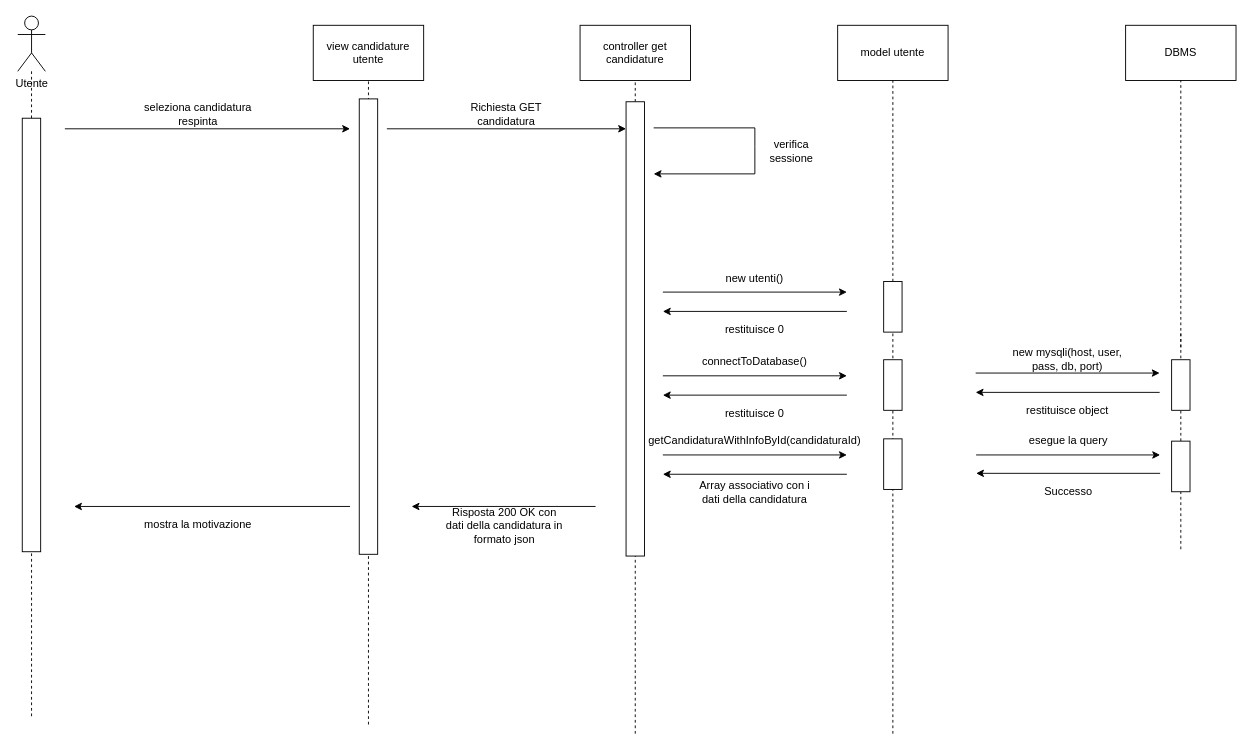
Mute491/bitByte keeps this draw.io diagram as schemi/user/mostra motivazione candidatura esclusa.drawio. Above is the earlier version. Source tidied: cells renumbered, new cells numbered last; positions are measured from the earlier drawing's top-left corner, leaving out a move shared by most shapes. Both pictures are drawn from the tidied source at 92%, with x=0, y=0 at pixel (-186, 16).
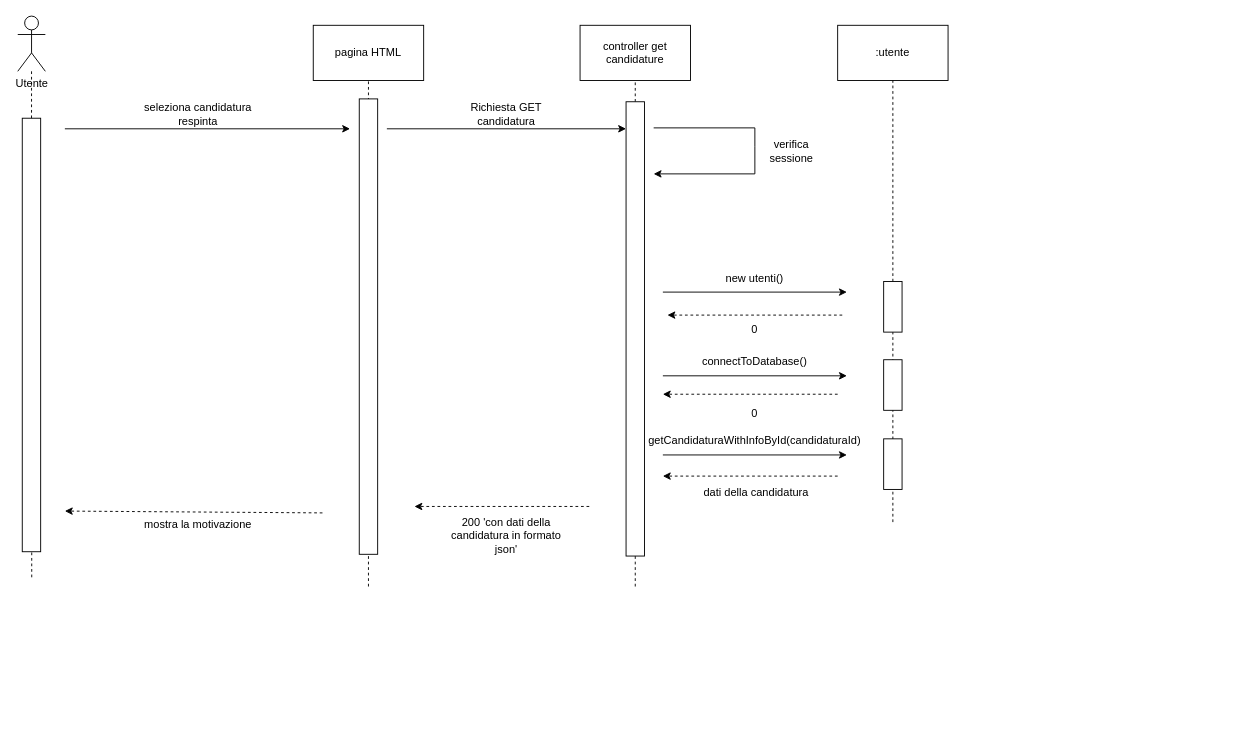
The same page after the edit.

Unchanged cells that the change refers to:
```xml
<mxCell id="15" style="rounded=0;whiteSpace=wrap;html=1;rotation=90;" parent="1" vertex="1">
  <mxGeometry x="1144.5" y="306" width="55" height="20" as="geometry" />
</mxCell>
<mxCell id="31" style="rounded=0;whiteSpace=wrap;html=1;rotation=90;" parent="1" vertex="1">
  <mxGeometry x="0.1" y="336.6" width="471.2" height="20" as="geometry" />
</mxCell>
<mxCell id="40" style="rounded=0;whiteSpace=wrap;html=1;rotation=90;" parent="1" vertex="1">
  <mxGeometry x="645.1" y="330" width="493.8" height="20" as="geometry" />
</mxCell>
```

Change to the diagram source:
```diff
@@
-    <mxCell id="6" value="model utente" style="rounded=0;whiteSpace=wrap;html=1;" parent="1" vertex="1">
+    <mxCell id="6" value=":utente" style="rounded=0;whiteSpace=wrap;html=1;" parent="1" vertex="1">
       <mxGeometry x="1112" y="10" width="120" height="60" as="geometry" />
     </mxCell>
@@
-    <mxCell id="12" style="endArrow=classic;html=1;rounded=0;" parent="1" edge="1">
-      <mxGeometry relative="1" as="geometry">
-        <mxPoint x="1122" y="321" as="sourcePoint" />
-        <mxPoint x="922" y="321" as="targetPoint" />
-      </mxGeometry>
-    </mxCell>
-    <mxCell id="13" value="restituisce 0" style="text;html=1;align=center;verticalAlign=middle;whiteSpace=wrap;rounded=0;" parent="1" vertex="1">
+    <mxCell id="13" value="0" style="text;html=1;align=center;verticalAlign=middle;whiteSpace=wrap;rounded=0;" parent="1" vertex="1">
       <mxGeometry x="952" y="326" width="140" height="30" as="geometry" />
     </mxCell>
     <mxCell id="14" style="endArrow=none;dashed=1;html=1;rounded=0;" parent="1" edge="1" target="15">
       <mxGeometry relative="1" as="geometry">
-        <mxPoint x="1172" y="780" as="sourcePoint" />
+        <mxPoint x="1172" y="550" as="sourcePoint" />
       </mxGeometry>
     </mxCell>
@@
-    <mxCell id="18" style="endArrow=classic;html=1;rounded=0;" parent="1" edge="1">
-      <mxGeometry relative="1" as="geometry">
-        <mxPoint x="1122" y="412" as="sourcePoint" />
-        <mxPoint x="922" y="412" as="targetPoint" />
-      </mxGeometry>
-    </mxCell>
-    <mxCell id="19" value="restituisce 0" style="text;html=1;align=center;verticalAlign=middle;whiteSpace=wrap;rounded=0;" parent="1" vertex="1">
+    <mxCell id="19" value="0" style="text;html=1;align=center;verticalAlign=middle;whiteSpace=wrap;rounded=0;" parent="1" vertex="1">
       <mxGeometry x="952" y="417" width="140" height="30" as="geometry" />
     </mxCell>
@@
-    <mxCell id="23" style="endArrow=classic;html=1;rounded=0;" parent="1" edge="1">
-      <mxGeometry relative="1" as="geometry">
-        <mxPoint x="1122" y="498" as="sourcePoint" />
-        <mxPoint x="922" y="498" as="targetPoint" />
-      </mxGeometry>
-    </mxCell>
-    <mxCell id="24" value="Array associativo con i dati della candidatura" style="text;html=1;align=center;verticalAlign=middle;whiteSpace=wrap;rounded=0;" parent="1" vertex="1">
+    <mxCell id="24" value="&amp;nbsp;dati della candidatura" style="text;html=1;align=center;verticalAlign=middle;whiteSpace=wrap;rounded=0;" parent="1" vertex="1">
       <mxGeometry x="952" y="503" width="140" height="30" as="geometry" />
     </mxCell>
@@
-    <mxCell id="26" value="view candidature utente" style="rounded=0;whiteSpace=wrap;html=1;" parent="1" vertex="1">
+    <mxCell id="26" value="pagina HTML" style="rounded=0;whiteSpace=wrap;html=1;" parent="1" vertex="1">
       <mxGeometry x="542" y="10" width="120" height="60" as="geometry" />
     </mxCell>
     <mxCell id="27" style="endArrow=none;dashed=1;html=1;rounded=0;entryX=0.5;entryY=1;entryDx=0;entryDy=0;" parent="1" edge="1" target="26">
       <mxGeometry relative="1" as="geometry">
-        <mxPoint x="602" y="770" as="sourcePoint" />
+        <mxPoint x="602" y="620" as="sourcePoint" />
       </mxGeometry>
     </mxCell>
-    <mxCell id="28" style="endArrow=classic;html=1;rounded=0;" parent="1" edge="1">
-      <mxGeometry relative="1" as="geometry">
-        <mxPoint x="848.9" y="533" as="sourcePoint" />
-        <mxPoint x="648.9" y="533" as="targetPoint" />
-      </mxGeometry>
-    </mxCell>
-    <mxCell id="29" value="Risposta 200 OK con dati della candidatura in formato json" style="text;html=1;align=center;verticalAlign=middle;whiteSpace=wrap;rounded=0;" parent="1" vertex="1">
-      <mxGeometry x="685.1" y="539" width="130" height="30" as="geometry" />
+    <mxCell id="29" value="200 'con dati della candidatura in formato json'" style="text;html=1;align=center;verticalAlign=middle;whiteSpace=wrap;rounded=0;" parent="1" vertex="1">
+      <mxGeometry x="687" y="550" width="130" height="30" as="geometry" />
     </mxCell>
     <mxCell id="30" style="endArrow=none;dashed=1;html=1;rounded=0;" parent="1" edge="1" target="31">
       <mxGeometry relative="1" as="geometry">
-        <mxPoint x="235.8" y="761" as="sourcePoint" />
+        <mxPoint x="236" y="610" as="sourcePoint" />
         <Array as="points">
           <mxPoint x="235.8" y="301" />
         </Array>
       </mxGeometry>
     </mxCell>
@@
-    <mxCell id="34" style="endArrow=classic;html=1;rounded=0;" parent="1" edge="1">
-      <mxGeometry relative="1" as="geometry">
-        <mxPoint x="582" y="533" as="sourcePoint" />
-        <mxPoint x="282" y="533" as="targetPoint" />
-      </mxGeometry>
-    </mxCell>
@@
     <mxCell id="39" style="endArrow=none;dashed=1;html=1;rounded=0;" parent="1" edge="1" target="40">
       <mxGeometry relative="1" as="geometry">
-        <mxPoint x="892" y="780" as="sourcePoint" />
+        <mxPoint x="892" y="620" as="sourcePoint" />
       </mxGeometry>
     </mxCell>
@@
-    <mxCell id="41" value="DBMS" style="rounded=0;whiteSpace=wrap;html=1;" parent="1" vertex="1">
-      <mxGeometry x="1425" y="10" width="120" height="60" as="geometry" />
-    </mxCell>
-    <mxCell id="42" style="endArrow=none;dashed=1;html=1;rounded=0;entryX=0.5;entryY=1;entryDx=0;entryDy=0;" parent="1" edge="1" target="41">
-      <mxGeometry relative="1" as="geometry">
-        <mxPoint x="1485" y="360" as="sourcePoint" />
-      </mxGeometry>
-    </mxCell>
-    <mxCell id="43" style="endArrow=none;dashed=1;html=1;rounded=0;" parent="1" edge="1" source="50">
-      <mxGeometry relative="1" as="geometry">
-        <mxPoint x="1485" y="343.5" as="targetPoint" />
-      </mxGeometry>
-    </mxCell>
-    <mxCell id="44" style="rounded=0;whiteSpace=wrap;html=1;rotation=90;" parent="1" vertex="1">
-      <mxGeometry x="1457.5" y="391" width="55" height="20" as="geometry" />
-    </mxCell>
-    <mxCell id="45" style="endArrow=classic;html=1;rounded=0;" parent="1" edge="1">
-      <mxGeometry relative="1" as="geometry">
-        <mxPoint x="1262" y="388" as="sourcePoint" />
-        <mxPoint x="1462" y="388" as="targetPoint" />
-      </mxGeometry>
-    </mxCell>
-    <mxCell id="46" value="new mysqli(host, user, pass, db, port)" style="text;html=1;align=center;verticalAlign=middle;whiteSpace=wrap;rounded=0;" parent="1" vertex="1">
-      <mxGeometry x="1292" y="358" width="140" height="30" as="geometry" />
-    </mxCell>
-    <mxCell id="47" style="endArrow=classic;html=1;rounded=0;" parent="1" edge="1">
-      <mxGeometry relative="1" as="geometry">
-        <mxPoint x="1462" y="409" as="sourcePoint" />
-        <mxPoint x="1262" y="409" as="targetPoint" />
-      </mxGeometry>
-    </mxCell>
-    <mxCell id="48" value="restituisce object" style="text;html=1;align=center;verticalAlign=middle;whiteSpace=wrap;rounded=0;" parent="1" vertex="1">
-      <mxGeometry x="1292" y="414" width="140" height="30" as="geometry" />
-    </mxCell>
-    <mxCell id="49" style="endArrow=none;dashed=1;html=1;rounded=0;" parent="1" edge="1" target="50">
-      <mxGeometry relative="1" as="geometry">
-        <mxPoint x="1485" y="579.5" as="sourcePoint" />
-      </mxGeometry>
-    </mxCell>
-    <mxCell id="50" style="rounded=0;whiteSpace=wrap;html=1;rotation=90;" parent="1" vertex="1">
-      <mxGeometry x="1457.5" y="479.5" width="55" height="20" as="geometry" />
-    </mxCell>
-    <mxCell id="51" style="endArrow=classic;html=1;rounded=0;" parent="1" edge="1">
-      <mxGeometry relative="1" as="geometry">
-        <mxPoint x="1262.5" y="477" as="sourcePoint" />
-        <mxPoint x="1462.5" y="477" as="targetPoint" />
-      </mxGeometry>
-    </mxCell>
-    <mxCell id="52" value="esegue la query" style="text;html=1;align=center;verticalAlign=middle;whiteSpace=wrap;rounded=0;" parent="1" vertex="1">
-      <mxGeometry x="1292.5" y="447" width="140" height="30" as="geometry" />
-    </mxCell>
-    <mxCell id="53" style="endArrow=classic;html=1;rounded=0;" parent="1" edge="1">
-      <mxGeometry relative="1" as="geometry">
-        <mxPoint x="1462.5" y="497" as="sourcePoint" />
-        <mxPoint x="1262.5" y="497" as="targetPoint" />
-      </mxGeometry>
-    </mxCell>
-    <mxCell id="54" value="Successo" style="text;html=1;align=center;verticalAlign=middle;whiteSpace=wrap;rounded=0;" parent="1" vertex="1">
-      <mxGeometry x="1292.5" y="502" width="140" height="30" as="geometry" />
-    </mxCell>
+    <mxCell id="55" style="html=1;labelBackgroundColor=#ffffff;startArrow=none;startFill=0;startSize=6;endArrow=classic;endFill=1;endSize=6;jettySize=auto;orthogonalLoop=1;strokeWidth=1;dashed=1;fontSize=14;rounded=0;" parent="1" edge="1">
+      <mxGeometry relative="1" as="geometry">
+        <mxPoint x="1112" y="500" as="sourcePoint" />
+        <mxPoint x="922" y="500" as="targetPoint" />
+      </mxGeometry>
+    </mxCell>
+    <mxCell id="56" style="html=1;labelBackgroundColor=#ffffff;startArrow=none;startFill=0;startSize=6;endArrow=classic;endFill=1;endSize=6;jettySize=auto;orthogonalLoop=1;strokeWidth=1;dashed=1;fontSize=14;rounded=0;" parent="1" edge="1">
+      <mxGeometry relative="1" as="geometry">
+        <mxPoint x="1112" y="411" as="sourcePoint" />
+        <mxPoint x="922" y="411" as="targetPoint" />
+      </mxGeometry>
+    </mxCell>
+    <mxCell id="57" style="html=1;labelBackgroundColor=#ffffff;startArrow=none;startFill=0;startSize=6;endArrow=classic;endFill=1;endSize=6;jettySize=auto;orthogonalLoop=1;strokeWidth=1;dashed=1;fontSize=14;rounded=0;" parent="1" edge="1">
+      <mxGeometry relative="1" as="geometry">
+        <mxPoint x="1117" y="325" as="sourcePoint" />
+        <mxPoint x="927" y="325" as="targetPoint" />
+      </mxGeometry>
+    </mxCell>
+    <mxCell id="58" style="html=1;labelBackgroundColor=#ffffff;startArrow=none;startFill=0;startSize=6;endArrow=classic;endFill=1;endSize=6;jettySize=auto;orthogonalLoop=1;strokeWidth=1;dashed=1;fontSize=14;rounded=0;" parent="1" edge="1">
+      <mxGeometry relative="1" as="geometry">
+        <mxPoint x="842" y="533" as="sourcePoint" />
+        <mxPoint x="652" y="533" as="targetPoint" />
+      </mxGeometry>
+    </mxCell>
+    <mxCell id="59" style="html=1;labelBackgroundColor=#ffffff;startArrow=none;startFill=0;startSize=6;endArrow=classic;endFill=1;endSize=6;jettySize=auto;orthogonalLoop=1;strokeWidth=1;dashed=1;fontSize=14;rounded=0;" parent="1" edge="1">
+      <mxGeometry relative="1" as="geometry">
+        <mxPoint x="552" y="540" as="sourcePoint" />
+        <mxPoint x="272" y="538" as="targetPoint" />
+      </mxGeometry>
+    </mxCell>
```
